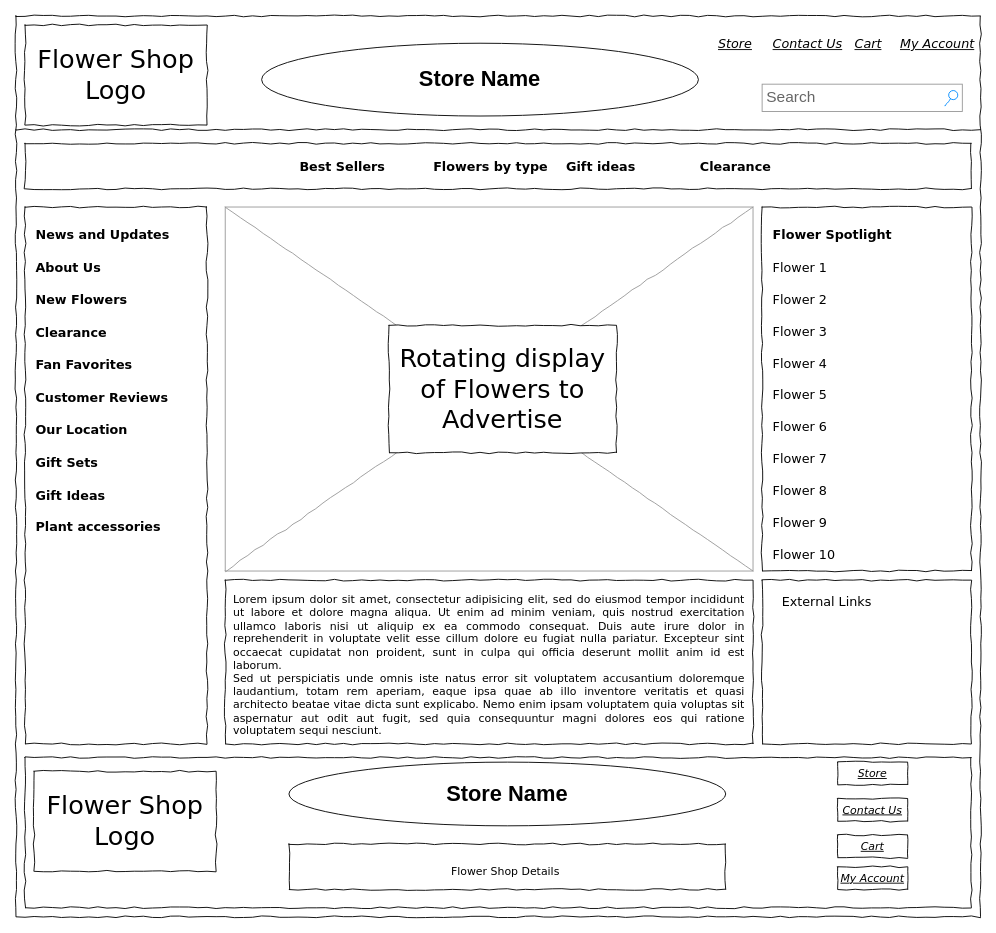
Before: Untitled Diagram.drawio in MrEclipse13/flexbox-course, a draw.io diagram. Source tidied: cells renumbered, new cells numbered last; positions are measured from the earlier drawing's top-left corner, leaving out a move shared by most shapes. Both pictures are drawn from the tidied source at 91%, with x=0, y=0 at pixel (15, 15).
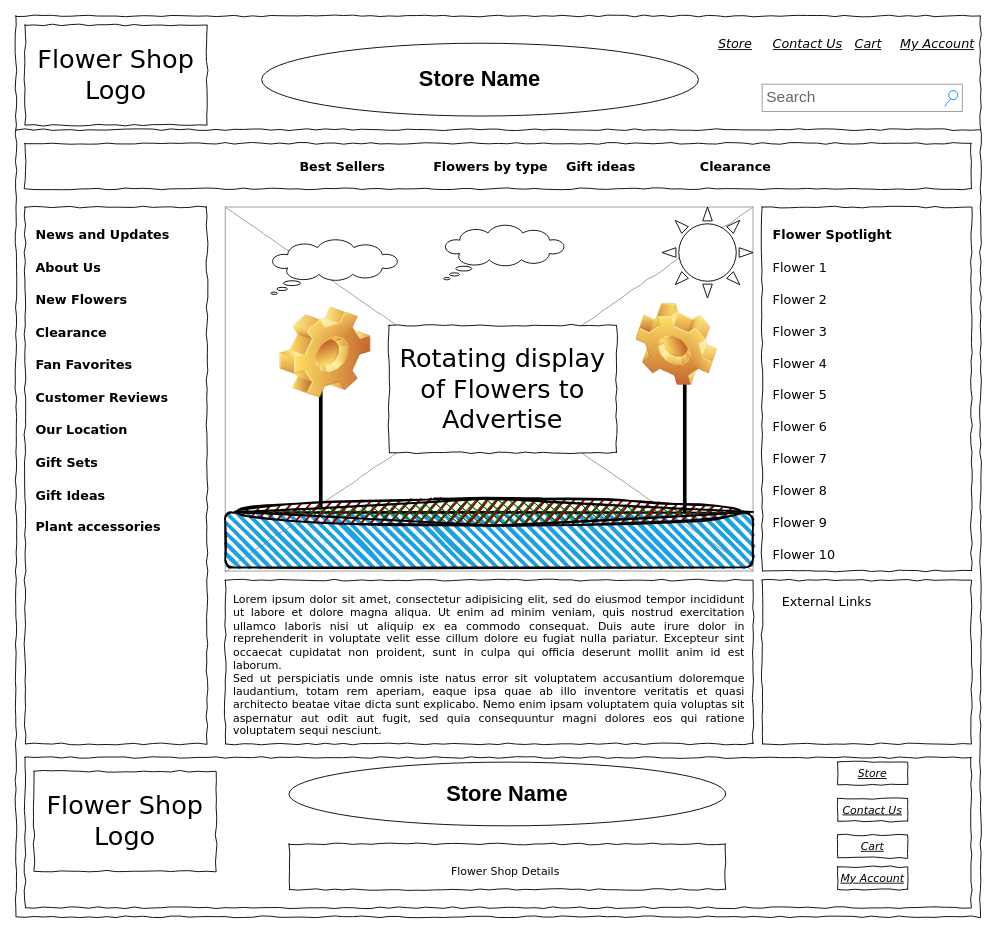
The same diagram, later.

Diff of the diagram source:
```diff
@@
+    <mxCell id="52" style="rounded=1;whiteSpace=wrap;html=1;strokeWidth=2;fillWeight=4;hachureGap=8;hachureAngle=45;fillColor=#1ba1e2;sketch=1;" parent="1" vertex="1">
+      <mxGeometry x="230" y="546" width="580" height="60" as="geometry" />
+    </mxCell>
+    <mxCell id="53" style="ellipse;whiteSpace=wrap;html=1;strokeWidth=2;fillWeight=2;hachureGap=8;fillColor=#990000;fillStyle=dots;sketch=1;" parent="1" vertex="1">
+      <mxGeometry x="230" y="531" width="580" height="29" as="geometry" />
+    </mxCell>
+    <mxCell id="54" style="rhombus;whiteSpace=wrap;html=1;strokeWidth=2;fillWeight=-1;hachureGap=8;fillStyle=cross-hatch;fillColor=#006600;sketch=1;" parent="1" vertex="1">
+      <mxGeometry x="240" y="530" width="570" height="30" as="geometry" />
+    </mxCell>
+    <mxCell id="55" style="line;strokeWidth=4;direction=south;html=1;perimeter=backbonePerimeter;" parent="1" vertex="1">
+      <mxGeometry x="730" y="386" width="10" height="160" as="geometry" />
+    </mxCell>
+    <mxCell id="56" style="line;strokeWidth=4;direction=south;html=1;perimeter=backbonePerimeter;" parent="1" vertex="1">
+      <mxGeometry x="330" y="380" width="10" height="160" as="geometry" />
+    </mxCell>
+    <mxCell id="57" style="shape=image;html=1;verticalLabelPosition=bottom;verticalAlign=top;imageAspect=0;image=img/clipart/Gear_128x128.png;" parent="1" vertex="1">
+      <mxGeometry x="290" y="320" width="100" height="100" as="geometry" />
+    </mxCell>
+    <mxCell id="58" style="shape=image;html=1;verticalLabelPosition=bottom;verticalAlign=top;imageAspect=0;image=img/clipart/Gear_128x128.png;direction=south;" parent="1" vertex="1">
+      <mxGeometry x="680" y="316" width="90" height="90" as="geometry" />
+    </mxCell>
+    <mxCell id="59" style="verticalLabelPosition=bottom;verticalAlign=top;html=1;shape=mxgraph.basic.sun;" parent="1" vertex="1">
+      <mxGeometry x="710" y="210" width="100" height="100" as="geometry" />
+    </mxCell>
+    <mxCell id="60" style="whiteSpace=wrap;html=1;shape=mxgraph.basic.cloud_callout;" parent="1" vertex="1">
+      <mxGeometry x="470" y="230" width="133" height="60" as="geometry" />
+    </mxCell>
+    <mxCell id="61" style="whiteSpace=wrap;html=1;shape=mxgraph.basic.cloud_callout;" parent="1" vertex="1">
+      <mxGeometry x="280" y="246" width="140" height="60" as="geometry" />
+    </mxCell>
```
